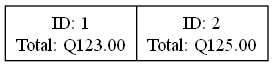
Earlier version of the Graphviz export Fase 2/AutoGestPro/Reportes/ÁrbolBFacturas.png (JavierVelasquez39/-EDD-1S2025_202307775). Its source is kept beside it as Fase 2/AutoGestPro/Reportes/ÁrbolBFacturas.dot.
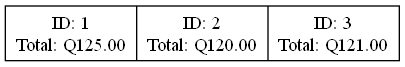
Above is the later version.

Change to the diagram source:
```diff
@@ -1,4 +1,4 @@
 digraph ArbolBFacturas {
 node [shape=record];
-nodo72766 [label="<f1> ID: 1\nTotal: Q123.00|<f2> ID: 2\nTotal: Q125.00"];
+nodo39201736 [label="<f1> ID: 1\nTotal: Q125.00|<f2> ID: 2\nTotal: Q120.00|<f3> ID: 3\nTotal: Q121.00"];
 }
```
